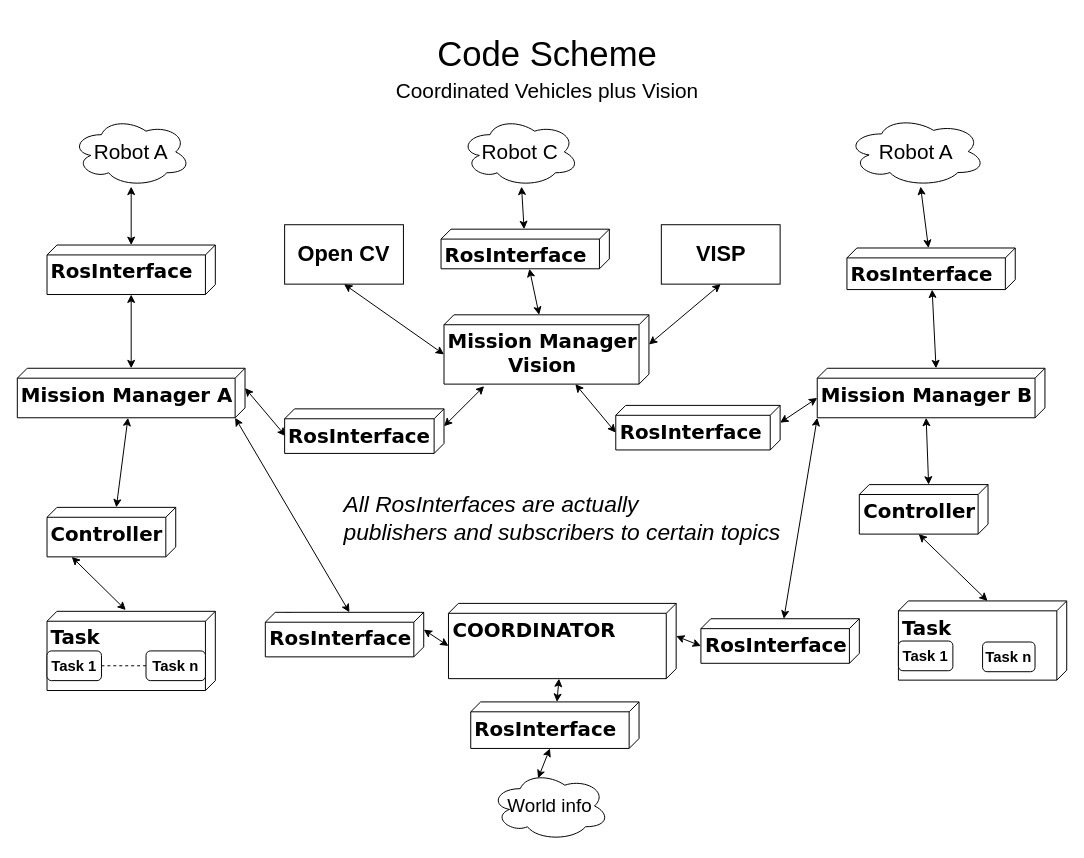
torydebra/AUV-Coop-Assembly keeps this draw.io diagram as images/CodeScheme.drawio. Above is the earlier version. Source tidied: cells renumbered, new cells numbered last; positions are measured from the earlier drawing's top-left corner, leaving out a move shared by most shapes. Both pictures are drawn from the tidied source at 99%, with x=0, y=0 at pixel (17, 17).
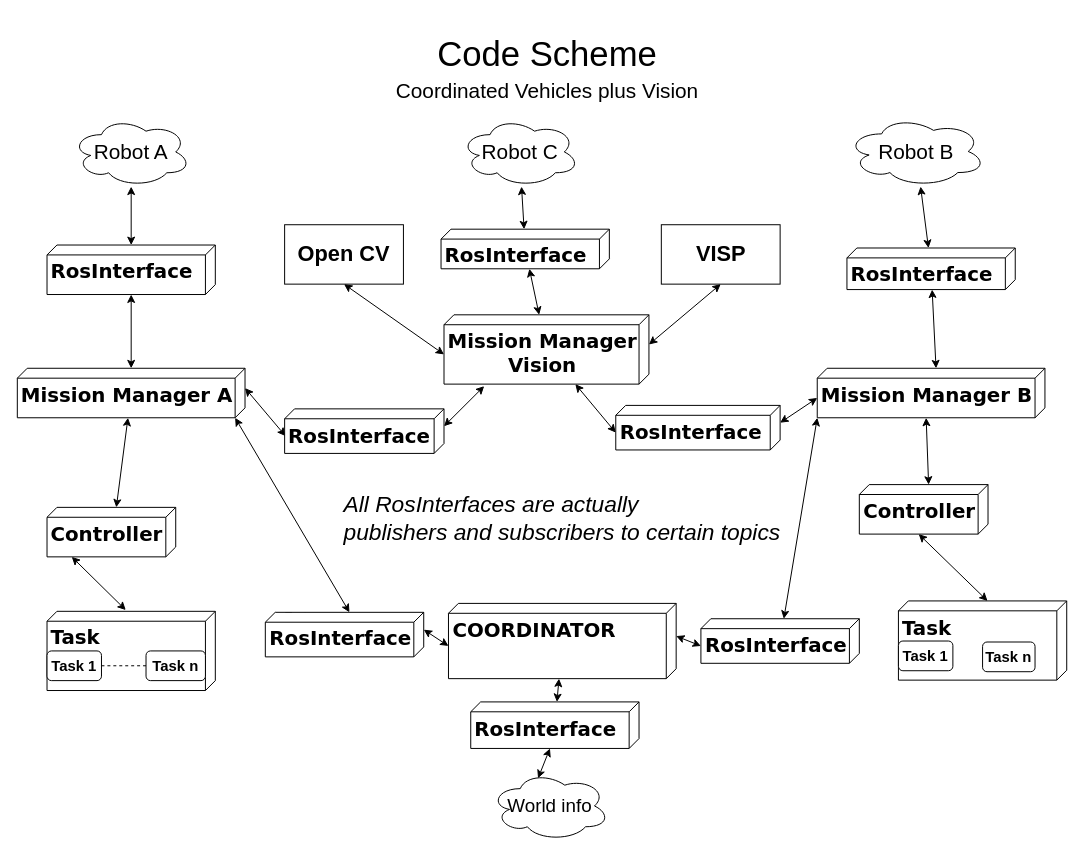
The same diagram, later.

What changed in the source:
```diff
@@
-    <mxCell id="31" value="&lt;font style=&quot;font-size: 21px&quot;&gt;Robot A&lt;/font&gt;" style="ellipse;shape=cloud;whiteSpace=wrap;html=1;" parent="1" vertex="1">
+    <mxCell id="31" value="&lt;font style=&quot;font-size: 21px&quot;&gt;Robot B&lt;br&gt;&lt;/font&gt;" style="ellipse;shape=cloud;whiteSpace=wrap;html=1;" parent="1" vertex="1">
       <mxGeometry x="838" y="100" width="140" height="71" as="geometry" />
     </mxCell>
```
